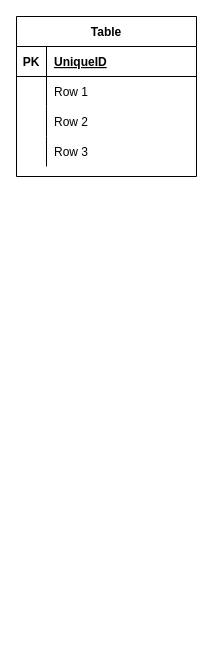
This is page "Activity" (2 of 6) of Untitled Diagram.drawio from stamppls/crm-design, a draw.io file, before an edit. Source tidied: cells renumbered, new cells numbered last; positions are measured from the earlier drawing's top-left corner, leaving out a move shared by most shapes. Both pictures are drawn from the tidied source at 100%, with x=0, y=0 at pixel (16, 16).
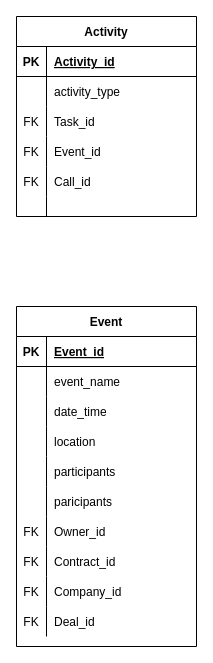
Above is the later version.

The change refers to these unchanged cells:
```xml
<mxCell id="3" style="shape=partialRectangle;fillColor=none;top=0;left=0;bottom=1;right=0;" parent="2" vertex="1">
  <mxGeometry y="30" width="180" height="30" as="geometry" />
</mxCell>
<mxCell id="6" style="shape=partialRectangle;fillColor=none;top=0;left=0;bottom=0;right=0;" parent="2" vertex="1">
  <mxGeometry y="60" width="180" height="30" as="geometry" />
</mxCell>
```

Diff of the diagram source:
```diff
@@
-    <mxCell id="2" value="Table" style="shape=table;startSize=30;childLayout=tableLayout;rowLines=0;fontStyle=1;align=center;" parent="1" vertex="1">
-      <mxGeometry width="180" height="160" as="geometry" />
+    <mxCell id="2" value="Activity" style="shape=table;startSize=30;childLayout=tableLayout;rowLines=0;fontStyle=1;align=center;" parent="1" vertex="1">
+      <mxGeometry width="180" height="200" as="geometry" />
     </mxCell>
@@
-    <mxCell id="5" value="UniqueID" style="shape=partialRectangle;fillColor=none;top=0;left=0;bottom=0;right=0;align=left;spacingLeft=6;fontStyle=5;overflow=hidden;" parent="3" vertex="1">
+    <mxCell id="5" value="Activity_id" style="shape=partialRectangle;fillColor=none;top=0;left=0;bottom=0;right=0;align=left;spacingLeft=6;fontStyle=5;overflow=hidden;" parent="3" vertex="1">
       <mxGeometry x="30" width="150" height="30" as="geometry" />
     </mxCell>
@@
-    <mxCell id="8" value="Row 1" style="shape=partialRectangle;fillColor=none;top=0;left=0;bottom=0;right=0;align=left;spacingLeft=6;overflow=hidden;" parent="6" vertex="1">
+    <mxCell id="8" value="activity_type" style="shape=partialRectangle;fillColor=none;top=0;left=0;bottom=0;right=0;align=left;spacingLeft=6;overflow=hidden;" parent="6" vertex="1">
       <mxGeometry x="30" width="150" height="30" as="geometry" />
     </mxCell>
-    <mxCell id="9" style="shape=partialRectangle;fillColor=none;top=0;left=0;bottom=0;right=0;" parent="2" vertex="1">
-      <mxGeometry y="90" width="180" height="30" as="geometry" />
-    </mxCell>
-    <mxCell id="10" style="shape=partialRectangle;fillColor=none;top=0;left=0;bottom=0;right=0;overflow=hidden;" parent="9" vertex="1">
-      <mxGeometry width="30" height="30" as="geometry" />
-    </mxCell>
-    <mxCell id="11" value="Row 2" style="shape=partialRectangle;fillColor=none;top=0;left=0;bottom=0;right=0;align=left;spacingLeft=6;overflow=hidden;" parent="9" vertex="1">
-      <mxGeometry x="30" width="150" height="30" as="geometry" />
-    </mxCell>
+    <mxCell id="15" style="shape=partialRectangle;fillColor=none;top=0;left=0;bottom=0;right=0;" parent="2" vertex="1">
+      <mxGeometry y="90" width="180" height="30" as="geometry" />
+    </mxCell>
+    <mxCell id="16" value="FK" style="shape=partialRectangle;fillColor=none;top=0;left=0;bottom=0;right=0;fontStyle=0;overflow=hidden;" parent="15" vertex="1">
+      <mxGeometry width="30" height="30" as="geometry" />
+    </mxCell>
+    <mxCell id="17" value="Task_id" style="shape=partialRectangle;fillColor=none;top=0;left=0;bottom=0;right=0;align=left;spacingLeft=6;fontStyle=0;overflow=hidden;" parent="15" vertex="1">
+      <mxGeometry x="30" width="150" height="30" as="geometry" />
+    </mxCell>
+    <mxCell id="18" style="shape=partialRectangle;fillColor=none;top=0;left=0;bottom=0;right=0;" parent="2" vertex="1">
+      <mxGeometry y="120" width="180" height="30" as="geometry" />
+    </mxCell>
+    <mxCell id="19" value="FK" style="shape=partialRectangle;fillColor=none;top=0;left=0;bottom=0;right=0;fontStyle=0;overflow=hidden;" parent="18" vertex="1">
+      <mxGeometry width="30" height="30" as="geometry" />
+    </mxCell>
+    <mxCell id="20" value="Event_id" style="shape=partialRectangle;fillColor=none;top=0;left=0;bottom=0;right=0;align=left;spacingLeft=6;fontStyle=0;overflow=hidden;" parent="18" vertex="1">
+      <mxGeometry x="30" width="150" height="30" as="geometry" />
+    </mxCell>
+    <mxCell id="21" style="shape=partialRectangle;fillColor=none;top=0;left=0;bottom=0;right=0;" parent="2" vertex="1">
+      <mxGeometry y="150" width="180" height="30" as="geometry" />
+    </mxCell>
+    <mxCell id="22" value="FK" style="shape=partialRectangle;fillColor=none;top=0;left=0;bottom=0;right=0;fontStyle=0;overflow=hidden;" parent="21" vertex="1">
+      <mxGeometry width="30" height="30" as="geometry" />
+    </mxCell>
+    <mxCell id="23" value="Call_id" style="shape=partialRectangle;fillColor=none;top=0;left=0;bottom=0;right=0;align=left;spacingLeft=6;fontStyle=0;overflow=hidden;" parent="21" vertex="1">
+      <mxGeometry x="30" width="150" height="30" as="geometry" />
+    </mxCell>
     <mxCell id="12" style="shape=partialRectangle;fillColor=none;top=0;left=0;bottom=0;right=0;" parent="2" vertex="1">
-      <mxGeometry y="120" width="180" height="30" as="geometry" />
+      <mxGeometry y="180" width="180" height="20" as="geometry" />
     </mxCell>
     <mxCell id="13" style="shape=partialRectangle;fillColor=none;top=0;left=0;bottom=0;right=0;overflow=hidden;" parent="12" vertex="1">
-      <mxGeometry width="30" height="30" as="geometry" />
+      <mxGeometry width="30" height="20" as="geometry" />
     </mxCell>
-    <mxCell id="14" value="Row 3" style="shape=partialRectangle;fillColor=none;top=0;left=0;bottom=0;right=0;align=left;spacingLeft=6;overflow=hidden;" parent="12" vertex="1">
-      <mxGeometry x="30" width="150" height="30" as="geometry" />
+    <mxCell id="14" style="shape=partialRectangle;fillColor=none;top=0;left=0;bottom=0;right=0;align=left;spacingLeft=6;overflow=hidden;" parent="12" vertex="1">
+      <mxGeometry x="30" width="150" height="20" as="geometry" />
     </mxCell>
+    <mxCell id="24" value="Event" style="shape=table;startSize=30;childLayout=tableLayout;rowLines=0;fontStyle=1;align=center;" parent="1" vertex="1">
+      <mxGeometry y="290" width="180" height="340" as="geometry" />
+    </mxCell>
+    <mxCell id="25" style="shape=partialRectangle;fillColor=none;top=0;left=0;bottom=1;right=0;" parent="24" vertex="1">
+      <mxGeometry y="30" width="180" height="30" as="geometry" />
+    </mxCell>
+    <mxCell id="26" value="PK" style="shape=partialRectangle;fillColor=none;top=0;left=0;bottom=0;right=0;fontStyle=1;overflow=hidden;" parent="25" vertex="1">
+      <mxGeometry width="30" height="30" as="geometry" />
+    </mxCell>
+    <mxCell id="27" value="Event_id" style="shape=partialRectangle;fillColor=none;top=0;left=0;bottom=0;right=0;align=left;spacingLeft=6;fontStyle=5;overflow=hidden;" parent="25" vertex="1">
+      <mxGeometry x="30" width="150" height="30" as="geometry" />
+    </mxCell>
+    <mxCell id="28" style="shape=partialRectangle;fillColor=none;top=0;left=0;bottom=0;right=0;" parent="24" vertex="1">
+      <mxGeometry y="60" width="180" height="30" as="geometry" />
+    </mxCell>
+    <mxCell id="29" style="shape=partialRectangle;fillColor=none;top=0;left=0;bottom=0;right=0;overflow=hidden;" parent="28" vertex="1">
+      <mxGeometry width="30" height="30" as="geometry" />
+    </mxCell>
+    <mxCell id="30" value="event_name" style="shape=partialRectangle;fillColor=none;top=0;left=0;bottom=0;right=0;align=left;spacingLeft=6;overflow=hidden;" parent="28" vertex="1">
+      <mxGeometry x="30" width="150" height="30" as="geometry" />
+    </mxCell>
+    <mxCell id="31" style="shape=partialRectangle;fillColor=none;top=0;left=0;bottom=0;right=0;" parent="24" vertex="1">
+      <mxGeometry y="90" width="180" height="30" as="geometry" />
+    </mxCell>
+    <mxCell id="32" style="shape=partialRectangle;fillColor=none;top=0;left=0;bottom=0;right=0;overflow=hidden;" parent="31" vertex="1">
+      <mxGeometry width="30" height="30" as="geometry" />
+    </mxCell>
+    <mxCell id="33" value="date_time" style="shape=partialRectangle;fillColor=none;top=0;left=0;bottom=0;right=0;align=left;spacingLeft=6;overflow=hidden;" parent="31" vertex="1">
+      <mxGeometry x="30" width="150" height="30" as="geometry" />
+    </mxCell>
+    <mxCell id="34" style="shape=partialRectangle;fillColor=none;top=0;left=0;bottom=0;right=0;" parent="24" vertex="1">
+      <mxGeometry y="120" width="180" height="30" as="geometry" />
+    </mxCell>
+    <mxCell id="35" style="shape=partialRectangle;fillColor=none;top=0;left=0;bottom=0;right=0;overflow=hidden;" parent="34" vertex="1">
+      <mxGeometry width="30" height="30" as="geometry" />
+    </mxCell>
+    <mxCell id="36" value="location" style="shape=partialRectangle;fillColor=none;top=0;left=0;bottom=0;right=0;align=left;spacingLeft=6;overflow=hidden;" parent="34" vertex="1">
+      <mxGeometry x="30" width="150" height="30" as="geometry" />
+    </mxCell>
+    <mxCell id="37" style="shape=partialRectangle;fillColor=none;top=0;left=0;bottom=0;right=0;" parent="24" vertex="1">
+      <mxGeometry y="150" width="180" height="30" as="geometry" />
+    </mxCell>
+    <mxCell id="38" style="shape=partialRectangle;fillColor=none;top=0;left=0;bottom=0;right=0;overflow=hidden;" parent="37" vertex="1">
+      <mxGeometry width="30" height="30" as="geometry" />
+    </mxCell>
+    <mxCell id="39" value="participants" style="shape=partialRectangle;fillColor=none;top=0;left=0;bottom=0;right=0;align=left;spacingLeft=6;overflow=hidden;" parent="37" vertex="1">
+      <mxGeometry x="30" width="150" height="30" as="geometry" />
+    </mxCell>
+    <mxCell id="40" style="shape=partialRectangle;fillColor=none;top=0;left=0;bottom=0;right=0;" parent="24" vertex="1">
+      <mxGeometry y="180" width="180" height="30" as="geometry" />
+    </mxCell>
+    <mxCell id="41" style="shape=partialRectangle;fillColor=none;top=0;left=0;bottom=0;right=0;overflow=hidden;" parent="40" vertex="1">
+      <mxGeometry width="30" height="30" as="geometry" />
+    </mxCell>
+    <mxCell id="42" value="paricipants" style="shape=partialRectangle;fillColor=none;top=0;left=0;bottom=0;right=0;align=left;spacingLeft=6;overflow=hidden;" parent="40" vertex="1">
+      <mxGeometry x="30" width="150" height="30" as="geometry" />
+    </mxCell>
+    <mxCell id="43" style="shape=partialRectangle;fillColor=none;top=0;left=0;bottom=0;right=0;" parent="24" vertex="1">
+      <mxGeometry y="210" width="180" height="30" as="geometry" />
+    </mxCell>
+    <mxCell id="44" value="FK" style="shape=partialRectangle;fillColor=none;top=0;left=0;bottom=0;right=0;overflow=hidden;" parent="43" vertex="1">
+      <mxGeometry width="30" height="30" as="geometry" />
+    </mxCell>
+    <mxCell id="45" value="Owner_id" style="shape=partialRectangle;fillColor=none;top=0;left=0;bottom=0;right=0;align=left;spacingLeft=6;overflow=hidden;" parent="43" vertex="1">
+      <mxGeometry x="30" width="150" height="30" as="geometry" />
+    </mxCell>
+    <mxCell id="46" style="shape=partialRectangle;fillColor=none;top=0;left=0;bottom=0;right=0;" parent="24" vertex="1">
+      <mxGeometry y="240" width="180" height="30" as="geometry" />
+    </mxCell>
+    <mxCell id="47" value="FK" style="shape=partialRectangle;fillColor=none;top=0;left=0;bottom=0;right=0;overflow=hidden;" parent="46" vertex="1">
+      <mxGeometry width="30" height="30" as="geometry" />
+    </mxCell>
+    <mxCell id="48" value="Contract_id" style="shape=partialRectangle;fillColor=none;top=0;left=0;bottom=0;right=0;align=left;spacingLeft=6;overflow=hidden;" parent="46" vertex="1">
+      <mxGeometry x="30" width="150" height="30" as="geometry" />
+    </mxCell>
+    <mxCell id="49" style="shape=partialRectangle;fillColor=none;top=0;left=0;bottom=0;right=0;" parent="24" vertex="1">
+      <mxGeometry y="270" width="180" height="30" as="geometry" />
+    </mxCell>
+    <mxCell id="50" value="FK" style="shape=partialRectangle;fillColor=none;top=0;left=0;bottom=0;right=0;overflow=hidden;" parent="49" vertex="1">
+      <mxGeometry width="30" height="30" as="geometry" />
+    </mxCell>
+    <mxCell id="51" value="Company_id" style="shape=partialRectangle;fillColor=none;top=0;left=0;bottom=0;right=0;align=left;spacingLeft=6;overflow=hidden;" parent="49" vertex="1">
+      <mxGeometry x="30" width="150" height="30" as="geometry" />
+    </mxCell>
+    <mxCell id="52" style="shape=partialRectangle;fillColor=none;top=0;left=0;bottom=0;right=0;" parent="24" vertex="1">
+      <mxGeometry y="300" width="180" height="30" as="geometry" />
+    </mxCell>
+    <mxCell id="53" value="FK" style="shape=partialRectangle;fillColor=none;top=0;left=0;bottom=0;right=0;overflow=hidden;" parent="52" vertex="1">
+      <mxGeometry width="30" height="30" as="geometry" />
+    </mxCell>
+    <mxCell id="54" value="Deal_id" style="shape=partialRectangle;fillColor=none;top=0;left=0;bottom=0;right=0;align=left;spacingLeft=6;overflow=hidden;" parent="52" vertex="1">
+      <mxGeometry x="30" width="150" height="30" as="geometry" />
+    </mxCell>
```
